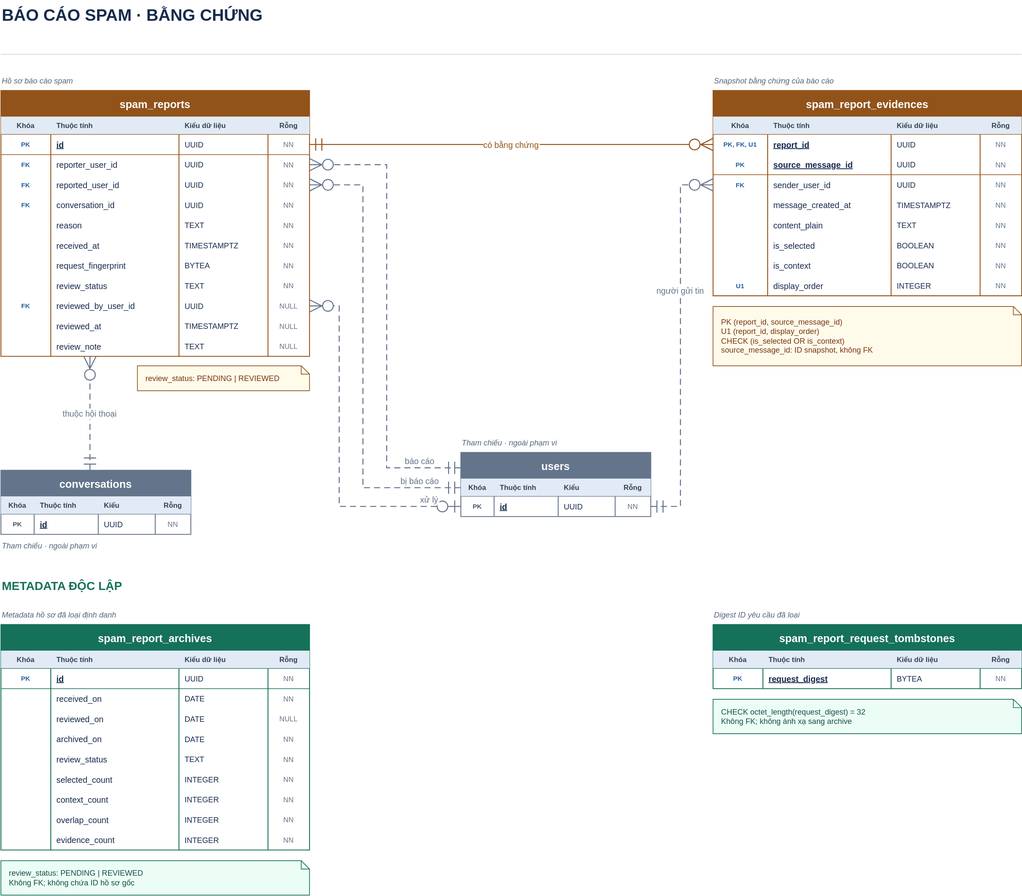
Before: docs/databases/erd/spam.drawio.svg, a diagram exported from draw.io (Ladenyx/ChatSystem). Source tidied: cells renumbered, new cells last; positions are measured from the earlier drawing's top-left corner, leaving out a move shared by most shapes.
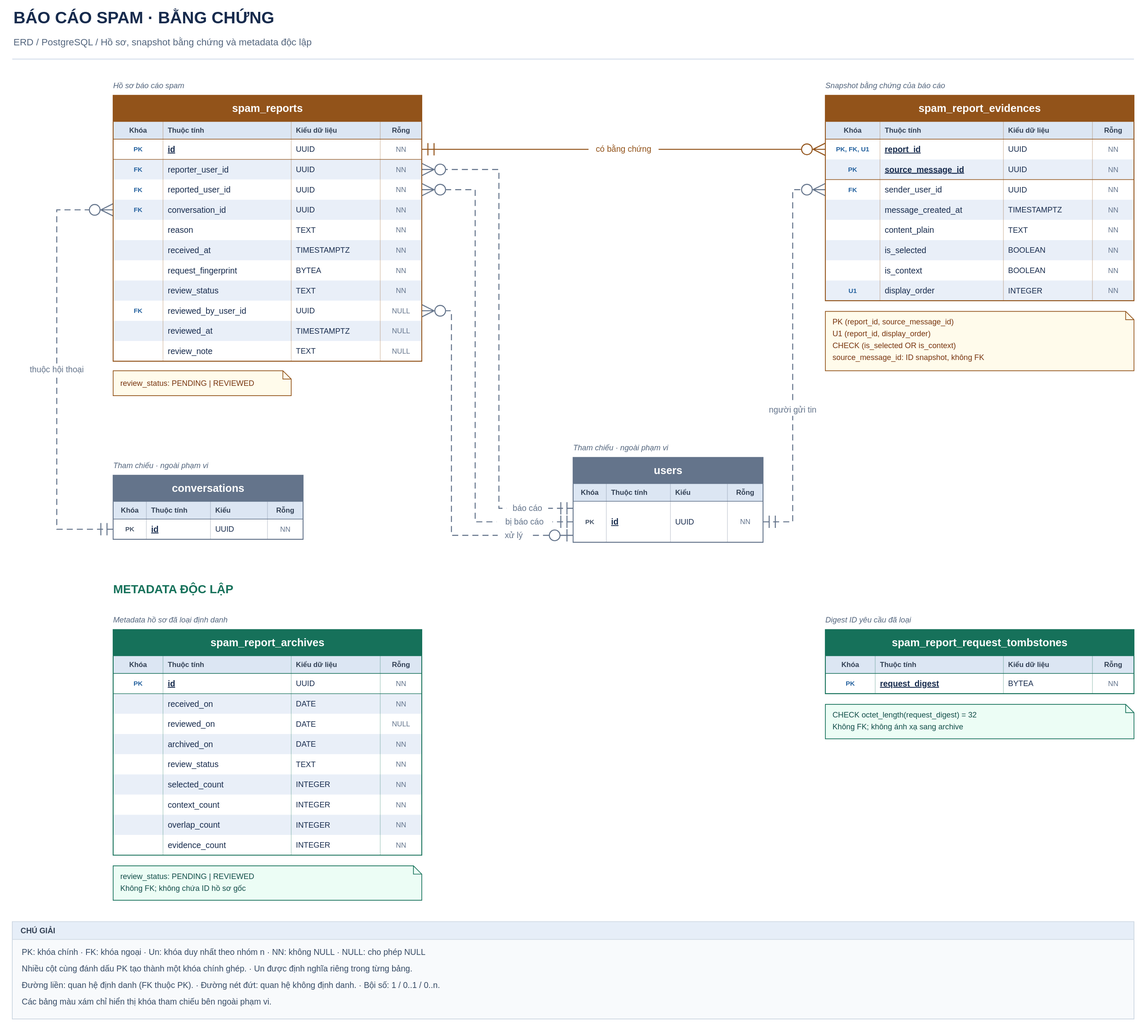
The same file after the commit.

Diff of the diagram source:
```diff
@@ -5,6 +5,9 @@
     <mxCell id="2" value="BÁO CÁO SPAM · BẰNG CHỨNG" style="text;html=0;whiteSpace=nowrap;overflow=visible;strokeColor=none;fillColor=none;align=left;verticalAlign=middle;fontFamily=Helvetica;spacingLeft=0;fontSize=28;fontStyle=1;fontColor=#172B4D;" parent="1" vertex="1">
-      <mxGeometry width="1720" height="44" as="geometry" />
+      <mxGeometry x="-170" width="1890" height="44" as="geometry" />
     </mxCell>
+    <mxCell id="212" value="ERD  /  PostgreSQL  /  Hồ sơ, snapshot bằng chứng và metadata độc lập" style="text;html=0;whiteSpace=nowrap;overflow=visible;strokeColor=none;fillColor=none;align=left;verticalAlign=middle;fontFamily=Helvetica;spacingLeft=0;fontSize=16;fontColor=#53657D;" parent="1" vertex="1">
+      <mxGeometry x="-170" y="48" width="1890" height="28" as="geometry" />
+    </mxCell>
     <mxCell id="3" style="line;strokeWidth=2;html=0;strokeColor=#DCE4EF;fillColor=none;" parent="1" vertex="1">
-      <mxGeometry y="86" width="1720" height="10" as="geometry" />
+      <mxGeometry x="-170" y="86" width="1890" height="10" as="geometry" />
     </mxCell>
@@ -16,6 +19,6 @@
     </mxCell>
-    <mxCell id="6" value="spam_reports" style="shape=table;startSize=44;rowLines=0;fontStyle=1;align=center;fontFamily=Helvetica;fontSize=18;fillColor=#92531A;fontColor=#FFFFFF;strokeColor=#92531A;strokeWidth=1.5;swimlaneLine=1;rounded=0;evenRowColor=#FFFFFF;oddRowColor=#EFF3FA;" parent="1" vertex="1">
+    <mxCell id="6" value="spam_reports" style="shape=table;startSize=44;rowLines=0;fontStyle=1;align=center;fontFamily=Helvetica;fontSize=18;fillColor=#92531A;fontColor=#FFFFFF;strokeColor=#92531A;strokeWidth=1.5;swimlaneLine=1;rounded=0;evenRowColor=#FFFFFF;oddRowColor=#E9EFF8;" parent="1" vertex="1">
       <mxGeometry y="152" width="520" height="448" as="geometry" />
     </mxCell>
-    <mxCell id="7" style="shape=tableRow;horizontal=0;startSize=0;swimlaneHead=0;swimlaneBody=0;top=0;left=0;right=0;bottom=1;fontFamily=Helvetica;fontSize=12;fillColor=#E2EBF5;strokeColor=inherit;" parent="6" vertex="1">
+    <mxCell id="7" style="shape=tableRow;horizontal=0;startSize=0;swimlaneHead=0;swimlaneBody=0;top=0;left=0;right=0;bottom=1;fontFamily=Helvetica;fontSize=12;fillColor=#DCE6F3;strokeColor=inherit;" parent="6" vertex="1">
       <mxGeometry y="44" width="520" height="30" as="geometry" />
@@ -200,3 +203,3 @@
     <mxCell id="67" value="review_status: PENDING | REVIEWED" style="shape=note;size=14;whiteSpace=wrap;html=0;align=left;verticalAlign=middle;spacingLeft=12;spacingRight=16;fontFamily=Helvetica;fontSize=13;fontColor=#78350F;fillColor=#FFFBEB;strokeColor=#92531A;strokeWidth=1.2;" parent="1" vertex="1">
-      <mxGeometry x="230" y="616" width="290" height="42" as="geometry" />
+      <mxGeometry y="616" width="300" height="42" as="geometry" />
     </mxCell>
@@ -205,6 +208,6 @@
     </mxCell>
-    <mxCell id="69" value="spam_report_evidences" style="shape=table;startSize=44;rowLines=0;fontStyle=1;align=center;fontFamily=Helvetica;fontSize=18;fillColor=#92531A;fontColor=#FFFFFF;strokeColor=#92531A;strokeWidth=1.5;swimlaneLine=1;rounded=0;evenRowColor=#FFFFFF;oddRowColor=#EFF3FA;" parent="1" vertex="1">
+    <mxCell id="69" value="spam_report_evidences" style="shape=table;startSize=44;rowLines=0;fontStyle=1;align=center;fontFamily=Helvetica;fontSize=18;fillColor=#92531A;fontColor=#FFFFFF;strokeColor=#92531A;strokeWidth=1.5;swimlaneLine=1;rounded=0;evenRowColor=#FFFFFF;oddRowColor=#E9EFF8;" parent="1" vertex="1">
       <mxGeometry x="1200" y="152" width="520" height="346" as="geometry" />
     </mxCell>
-    <mxCell id="70" style="shape=tableRow;horizontal=0;startSize=0;swimlaneHead=0;swimlaneBody=0;top=0;left=0;right=0;bottom=1;fontFamily=Helvetica;fontSize=12;fillColor=#E2EBF5;strokeColor=inherit;" parent="69" vertex="1">
+    <mxCell id="70" style="shape=tableRow;horizontal=0;startSize=0;swimlaneHead=0;swimlaneBody=0;top=0;left=0;right=0;bottom=1;fontFamily=Helvetica;fontSize=12;fillColor=#DCE6F3;strokeColor=inherit;" parent="69" vertex="1">
       <mxGeometry y="44" width="520" height="30" as="geometry" />
@@ -347,8 +350,8 @@
     <mxCell id="116" value="Tham chiếu · ngoài phạm vi" style="text;html=0;whiteSpace=nowrap;overflow=visible;strokeColor=none;fillColor=none;align=left;verticalAlign=middle;fontFamily=Helvetica;spacingLeft=0;fontSize=13;fontStyle=2;fontColor=#53657D;" parent="1" vertex="1">
-      <mxGeometry y="908" width="320" height="22" as="geometry" />
+      <mxGeometry y="764" width="320" height="22" as="geometry" />
     </mxCell>
-    <mxCell id="117" value="conversations" style="shape=table;startSize=44;rowLines=0;fontStyle=1;align=center;fontFamily=Helvetica;fontSize=18;fillColor=#64748B;fontColor=#FFFFFF;strokeColor=#64748B;strokeWidth=1.5;swimlaneLine=1;rounded=0;evenRowColor=#FFFFFF;oddRowColor=#EFF3FA;" parent="1" vertex="1">
+    <mxCell id="117" value="conversations" style="shape=table;startSize=44;rowLines=0;fontStyle=1;align=center;fontFamily=Helvetica;fontSize=18;fillColor=#64748B;fontColor=#FFFFFF;strokeColor=#64748B;strokeWidth=1.5;swimlaneLine=1;rounded=0;evenRowColor=#FFFFFF;oddRowColor=#E9EFF8;" parent="1" vertex="1">
       <mxGeometry y="792" width="320" height="108" as="geometry" />
     </mxCell>
-    <mxCell id="118" style="shape=tableRow;horizontal=0;startSize=0;swimlaneHead=0;swimlaneBody=0;top=0;left=0;right=0;bottom=1;fontFamily=Helvetica;fontSize=12;fillColor=#E2EBF5;strokeColor=inherit;" parent="117" vertex="1">
+    <mxCell id="118" style="shape=tableRow;horizontal=0;startSize=0;swimlaneHead=0;swimlaneBody=0;top=0;left=0;right=0;bottom=1;fontFamily=Helvetica;fontSize=12;fillColor=#DCE6F3;strokeColor=inherit;" parent="117" vertex="1">
       <mxGeometry y="44" width="320" height="30" as="geometry" />
@@ -385,6 +388,6 @@
     </mxCell>
-    <mxCell id="129" value="users" style="shape=table;startSize=44;rowLines=0;fontStyle=1;align=center;fontFamily=Helvetica;fontSize=18;fillColor=#64748B;fontColor=#FFFFFF;strokeColor=#64748B;strokeWidth=1.5;swimlaneLine=1;rounded=0;evenRowColor=#FFFFFF;oddRowColor=#EFF3FA;" parent="1" vertex="1">
-      <mxGeometry x="775" y="762" width="320" height="108" as="geometry" />
+    <mxCell id="129" value="users" style="shape=table;startSize=44;rowLines=0;fontStyle=1;align=center;fontFamily=Helvetica;fontSize=18;fillColor=#64748B;fontColor=#FFFFFF;strokeColor=#64748B;strokeWidth=1.5;swimlaneLine=1;rounded=0;evenRowColor=#FFFFFF;oddRowColor=#E9EFF8;" parent="1" vertex="1">
+      <mxGeometry x="775" y="762" width="320" height="143" as="geometry" />
     </mxCell>
-    <mxCell id="130" style="shape=tableRow;horizontal=0;startSize=0;swimlaneHead=0;swimlaneBody=0;top=0;left=0;right=0;bottom=1;fontFamily=Helvetica;fontSize=12;fillColor=#E2EBF5;strokeColor=inherit;" parent="129" vertex="1">
+    <mxCell id="130" style="shape=tableRow;horizontal=0;startSize=0;swimlaneHead=0;swimlaneBody=0;top=0;left=0;right=0;bottom=1;fontFamily=Helvetica;fontSize=12;fillColor=#DCE6F3;strokeColor=inherit;" parent="129" vertex="1">
       <mxGeometry y="44" width="320" height="30" as="geometry" />
@@ -403,16 +406,16 @@
     </mxCell>
-    <mxCell id="135" style="shape=tableRow;horizontal=0;startSize=0;swimlaneHead=0;swimlaneBody=0;points=[[0,0.5],[1,0.5]];portConstraint=eastwest;top=0;left=0;right=0;bottom=0;fontFamily=Helvetica;fontSize=13;fillColor=none;strokeColor=inherit;" parent="129" vertex="1">
-      <mxGeometry y="74" width="320" height="34" as="geometry" />
+    <mxCell id="135" style="shape=tableRow;horizontal=0;startSize=0;swimlaneHead=0;swimlaneBody=0;points=[[0,0.17],[0,0.5],[0,0.83],[1,0.5]];portConstraint=eastwest;top=0;left=0;right=0;bottom=0;fontFamily=Helvetica;fontSize=13;fillColor=none;strokeColor=inherit;" parent="129" vertex="1">
+      <mxGeometry y="74" width="320" height="69" as="geometry" />
     </mxCell>
     <mxCell id="136" value="PK" style="shape=partialRectangle;top=0;left=0;bottom=0;right=0;overflow=hidden;align=center;fontStyle=1;fontFamily=Helvetica;fontSize=11;fontColor=#475569;fillColor=none;strokeColor=inherit;" parent="135" vertex="1">
-      <mxGeometry width="56" height="34" as="geometry" />
+      <mxGeometry width="56" height="69" as="geometry" />
     </mxCell>
     <mxCell id="137" value="id" style="shape=partialRectangle;top=0;left=0;bottom=0;right=0;overflow=hidden;align=left;spacingLeft=8;fontStyle=5;fontFamily=Helvetica;fontSize=14;fontColor=#172B4D;fillColor=none;strokeColor=inherit;" parent="135" vertex="1">
-      <mxGeometry x="56" width="108" height="34" as="geometry" />
+      <mxGeometry x="56" width="108" height="69" as="geometry" />
     </mxCell>
     <mxCell id="138" value="UUID" style="shape=partialRectangle;top=0;left=0;bottom=0;right=0;overflow=hidden;align=left;spacingLeft=8;fontFamily=Helvetica;fontSize=13;fontColor=#172B4D;fillColor=none;strokeColor=inherit;" parent="135" vertex="1">
-      <mxGeometry x="164" width="96" height="34" as="geometry" />
+      <mxGeometry x="164" width="96" height="69" as="geometry" />
     </mxCell>
     <mxCell id="139" value="NN" style="shape=partialRectangle;top=0;left=0;bottom=0;right=0;overflow=hidden;align=center;fontFamily=Helvetica;fontSize=12;fontColor=#63748C;fillColor=none;strokeColor=inherit;" parent="135" vertex="1">
-      <mxGeometry x="260" width="60" height="34" as="geometry" />
+      <mxGeometry x="260" width="60" height="69" as="geometry" />
     </mxCell>
@@ -421,6 +424,6 @@
     </mxCell>
-    <mxCell id="141" value="spam_report_archives" style="shape=table;startSize=44;rowLines=0;fontStyle=1;align=center;fontFamily=Helvetica;fontSize=18;fillColor=#16715A;fontColor=#FFFFFF;strokeColor=#16715A;strokeWidth=1.5;swimlaneLine=1;rounded=0;evenRowColor=#FFFFFF;oddRowColor=#EFF3FA;" parent="1" vertex="1">
+    <mxCell id="141" value="spam_report_archives" style="shape=table;startSize=44;rowLines=0;fontStyle=1;align=center;fontFamily=Helvetica;fontSize=18;fillColor=#16715A;fontColor=#FFFFFF;strokeColor=#16715A;strokeWidth=1.5;swimlaneLine=1;rounded=0;evenRowColor=#FFFFFF;oddRowColor=#E9EFF8;" parent="1" vertex="1">
       <mxGeometry y="1052" width="520" height="380" as="geometry" />
     </mxCell>
-    <mxCell id="142" style="shape=tableRow;horizontal=0;startSize=0;swimlaneHead=0;swimlaneBody=0;top=0;left=0;right=0;bottom=1;fontFamily=Helvetica;fontSize=12;fillColor=#E2EBF5;strokeColor=inherit;" parent="141" vertex="1">
+    <mxCell id="142" style="shape=tableRow;horizontal=0;startSize=0;swimlaneHead=0;swimlaneBody=0;top=0;left=0;right=0;bottom=1;fontFamily=Helvetica;fontSize=12;fillColor=#DCE6F3;strokeColor=inherit;" parent="141" vertex="1">
       <mxGeometry y="44" width="520" height="30" as="geometry" />
@@ -580,6 +583,6 @@
     </mxCell>
-    <mxCell id="194" value="spam_report_request_tombstones" style="shape=table;startSize=44;rowLines=0;fontStyle=1;align=center;fontFamily=Helvetica;fontSize=18;fillColor=#16715A;fontColor=#FFFFFF;strokeColor=#16715A;strokeWidth=1.5;swimlaneLine=1;rounded=0;evenRowColor=#FFFFFF;oddRowColor=#EFF3FA;" parent="1" vertex="1">
+    <mxCell id="194" value="spam_report_request_tombstones" style="shape=table;startSize=44;rowLines=0;fontStyle=1;align=center;fontFamily=Helvetica;fontSize=18;fillColor=#16715A;fontColor=#FFFFFF;strokeColor=#16715A;strokeWidth=1.5;swimlaneLine=1;rounded=0;evenRowColor=#FFFFFF;oddRowColor=#E9EFF8;" parent="1" vertex="1">
       <mxGeometry x="1200" y="1052" width="520" height="108" as="geometry" />
     </mxCell>
-    <mxCell id="195" style="shape=tableRow;horizontal=0;startSize=0;swimlaneHead=0;swimlaneBody=0;top=0;left=0;right=0;bottom=1;fontFamily=Helvetica;fontSize=12;fillColor=#E2EBF5;strokeColor=inherit;" parent="194" vertex="1">
+    <mxCell id="195" style="shape=tableRow;horizontal=0;startSize=0;swimlaneHead=0;swimlaneBody=0;top=0;left=0;right=0;bottom=1;fontFamily=Helvetica;fontSize=12;fillColor=#DCE6F3;strokeColor=inherit;" parent="194" vertex="1">
       <mxGeometry y="44" width="520" height="30" as="geometry" />
@@ -616,2 +619,17 @@
     </mxCell>
+    <mxCell id="213" value="CHÚ GIẢI" style="swimlane;startSize=30;horizontal=1;rounded=0;fillColor=#E6EEF8;swimlaneFillColor=#F8FAFC;strokeColor=#CBD5E1;strokeWidth=1.2;fontFamily=Helvetica;fontSize=13;fontStyle=1;fontColor=#334155;align=left;spacingLeft=14;" parent="1" vertex="1">
+      <mxGeometry x="-170" y="1544" width="1890" height="164" as="geometry" />
+    </mxCell>
+    <mxCell id="214" value="PK: khóa chính  ·  FK: khóa ngoại  ·  Un: khóa duy nhất theo nhóm n  ·  NN: không NULL  ·  NULL: cho phép NULL" style="text;html=0;whiteSpace=nowrap;overflow=visible;strokeColor=none;fillColor=none;align=left;verticalAlign=middle;fontFamily=Helvetica;spacingLeft=0;fontSize=14;fontColor=#364B65;" parent="213" vertex="1">
+      <mxGeometry x="16" y="38" width="1858" height="26" as="geometry" />
+    </mxCell>
+    <mxCell id="215" value="Nhiều cột cùng đánh dấu PK tạo thành một khóa chính ghép.  ·  Un được định nghĩa riêng trong từng bảng." style="text;html=0;whiteSpace=nowrap;overflow=visible;strokeColor=none;fillColor=none;align=left;verticalAlign=middle;fontFamily=Helvetica;spacingLeft=0;fontSize=14;fontColor=#364B65;" parent="213" vertex="1">
+      <mxGeometry x="16" y="66" width="1858" height="26" as="geometry" />
+    </mxCell>
+    <mxCell id="216" value="Đường liền: quan hệ định danh (FK thuộc PK).  ·  Đường nét đứt: quan hệ không định danh.  ·  Bội số: 1 / 0..1 / 0..n." style="text;html=0;whiteSpace=nowrap;overflow=visible;strokeColor=none;fillColor=none;align=left;verticalAlign=middle;fontFamily=Helvetica;spacingLeft=0;fontSize=14;fontColor=#364B65;" parent="213" vertex="1">
+      <mxGeometry x="16" y="94" width="1858" height="26" as="geometry" />
+    </mxCell>
+    <mxCell id="217" value="Các bảng màu xám chỉ hiển thị khóa tham chiếu bên ngoài phạm vi." style="text;html=0;whiteSpace=nowrap;overflow=visible;strokeColor=none;fillColor=none;align=left;verticalAlign=middle;fontFamily=Helvetica;spacingLeft=0;fontSize=14;fontColor=#364B65;" parent="213" vertex="1">
+      <mxGeometry x="16" y="122" width="1858" height="26" as="geometry" />
+    </mxCell>
     <mxCell id="206" value="có bằng chứng" style="edgeStyle=orthogonalEdgeStyle;rounded=0;jettySize=auto;html=0;strokeColor=#92531A;strokeWidth=1.7;startArrow=ERmandOne;startFill=0;endArrow=ERzeroToMany;endFill=0;startSize=18;endSize=18;fontFamily=Helvetica;fontSize=14;fontColor=#92531A;labelBackgroundColor=#FFFFFF;exitX=1;exitY=0.5;exitDx=0;exitDy=0;entryX=0;entryY=0.5;entryDx=0;entryDy=0;" parent="1" edge="1" source="12" target="75">
@@ -619,6 +637,6 @@
     </mxCell>
-    <mxCell id="207" value="báo cáo" style="edgeStyle=orthogonalEdgeStyle;rounded=0;jettySize=auto;html=0;strokeColor=#64748B;strokeWidth=1.7;startArrow=ERmandOne;startFill=0;endArrow=ERzeroToMany;endFill=0;startSize=18;endSize=18;fontFamily=Helvetica;fontSize=14;fontColor=#64748B;labelBackgroundColor=#FFFFFF;exitX=0;exitY=0.24;exitDx=0;exitDy=0;entryX=1;entryY=0.5;entryDx=0;entryDy=0;dashed=1;dashPattern=6 4;" parent="1" edge="1" source="129" target="17">
+    <mxCell id="207" value="báo cáo" style="edgeStyle=orthogonalEdgeStyle;rounded=0;jettySize=auto;html=0;strokeColor=#64748B;strokeWidth=1.7;startArrow=ERmandOne;startFill=0;endArrow=ERzeroToMany;endFill=0;startSize=18;endSize=18;fontFamily=Helvetica;fontSize=14;fontColor=#64748B;labelBackgroundColor=#FFFFFF;exitX=0;exitY=0.17;exitDx=0;exitDy=0;entryX=1;entryY=0.5;entryDx=0;entryDy=0;dashed=1;dashPattern=6 4;" parent="1" edge="1" source="135" target="17">
       <mxGeometry x="-0.82" relative="1" as="geometry">
         <Array as="points">
-          <mxPoint x="650" y="788" />
+          <mxPoint x="650" y="847.7" />
           <mxPoint x="650" y="277" />
@@ -628,6 +646,6 @@
     </mxCell>
-    <mxCell id="208" value="bị báo cáo" style="edgeStyle=orthogonalEdgeStyle;rounded=0;jettySize=auto;html=0;strokeColor=#64748B;strokeWidth=1.7;startArrow=ERmandOne;startFill=0;endArrow=ERzeroToMany;endFill=0;startSize=18;endSize=18;fontFamily=Helvetica;fontSize=14;fontColor=#64748B;labelBackgroundColor=#FFFFFF;exitX=0;exitY=0.55;exitDx=0;exitDy=0;entryX=1;entryY=0.5;entryDx=0;entryDy=0;dashed=1;dashPattern=6 4;" parent="1" edge="1" source="129" target="22">
+    <mxCell id="208" value="bị báo cáo" style="edgeStyle=orthogonalEdgeStyle;rounded=0;jettySize=auto;html=0;strokeColor=#64748B;strokeWidth=1.7;startArrow=ERmandOne;startFill=0;endArrow=ERzeroToMany;endFill=0;startSize=18;endSize=18;fontFamily=Helvetica;fontSize=14;fontColor=#64748B;labelBackgroundColor=#FFFFFF;exitX=0;exitY=0.5;exitDx=0;exitDy=0;entryX=1;entryY=0.5;entryDx=0;entryDy=0;dashed=1;dashPattern=6 4;" parent="1" edge="1" source="135" target="22">
       <mxGeometry x="-0.82" relative="1" as="geometry">
         <Array as="points">
-          <mxPoint x="610" y="821" />
+          <mxPoint x="610" y="870.5" />
           <mxPoint x="610" y="311" />
@@ -637,6 +655,6 @@
     </mxCell>
-    <mxCell id="209" value="xử lý" style="edgeStyle=orthogonalEdgeStyle;rounded=0;jettySize=auto;html=0;strokeColor=#64748B;strokeWidth=1.7;startArrow=ERzeroToOne;startFill=0;endArrow=ERzeroToMany;endFill=0;startSize=18;endSize=18;fontFamily=Helvetica;fontSize=14;fontColor=#64748B;labelBackgroundColor=#FFFFFF;exitX=0;exitY=0.5;exitDx=0;exitDy=0;entryX=1;entryY=0.5;entryDx=0;entryDy=0;dashed=1;dashPattern=6 4;" parent="1" edge="1" source="135" target="52">
-      <mxGeometry x="-0.82" relative="1" as="geometry">
+    <mxCell id="209" value="xử lý" style="edgeStyle=orthogonalEdgeStyle;rounded=0;jettySize=auto;html=0;strokeColor=#64748B;strokeWidth=1.7;startArrow=ERzeroToOne;startFill=0;endArrow=ERzeroToMany;endFill=0;startSize=18;endSize=18;fontFamily=Helvetica;fontSize=14;fontColor=#64748B;labelBackgroundColor=#FFFFFF;exitX=0;exitY=0.83;exitDx=0;exitDy=0;entryX=1;entryY=0.5;entryDx=0;entryDy=0;dashed=1;dashPattern=6 4;" parent="1" edge="1" source="135" target="52">
+      <mxGeometry x="-0.8" relative="1" as="geometry">
         <Array as="points">
-          <mxPoint x="570" y="853" />
+          <mxPoint x="570" y="893.3" />
           <mxPoint x="570" y="515" />
@@ -647,5 +665,5 @@
     <mxCell id="210" value="người gửi tin" style="edgeStyle=orthogonalEdgeStyle;rounded=0;jettySize=auto;html=0;strokeColor=#64748B;strokeWidth=1.7;startArrow=ERmandOne;startFill=0;endArrow=ERzeroToMany;endFill=0;startSize=18;endSize=18;fontFamily=Helvetica;fontSize=14;fontColor=#64748B;labelBackgroundColor=#FFFFFF;exitX=1;exitY=0.5;exitDx=0;exitDy=0;entryX=0;entryY=0.5;entryDx=0;entryDy=0;dashed=1;dashPattern=6 4;" parent="1" edge="1" source="135" target="85">
-      <mxGeometry x="0.28" relative="1" as="geometry">
+      <mxGeometry x="-0.45" relative="1" as="geometry">
         <Array as="points">
-          <mxPoint x="1145" y="853" />
+          <mxPoint x="1145" y="870.5" />
           <mxPoint x="1145" y="311" />
@@ -654,4 +672,9 @@
     </mxCell>
-    <mxCell id="211" value="thuộc hội thoại" style="edgeStyle=orthogonalEdgeStyle;rounded=0;jettySize=auto;html=0;strokeColor=#64748B;strokeWidth=1.7;startArrow=ERmandOne;startFill=0;endArrow=ERzeroToMany;endFill=0;startSize=18;endSize=18;fontFamily=Helvetica;fontSize=14;fontColor=#64748B;labelBackgroundColor=#FFFFFF;exitX=0.46875;exitY=0;exitDx=0;exitDy=0;entryX=0.28846;entryY=1;entryDx=0;entryDy=0;dashed=1;dashPattern=6 4;" parent="1" edge="1" source="117" target="6">
-      <mxGeometry relative="1" as="geometry" />
+    <mxCell id="211" value="thuộc hội thoại" style="edgeStyle=orthogonalEdgeStyle;rounded=0;jettySize=auto;html=0;strokeColor=#64748B;strokeWidth=1.7;startArrow=ERmandOne;startFill=0;endArrow=ERzeroToMany;endFill=0;startSize=18;endSize=18;fontFamily=Helvetica;fontSize=14;fontColor=#64748B;labelBackgroundColor=#FFFFFF;exitX=0;exitY=0.5;exitDx=0;exitDy=0;entryX=0;entryY=0.5;entryDx=0;entryDy=0;dashed=1;dashPattern=6 4;" parent="1" edge="1" source="123" target="27">
+      <mxGeometry relative="1" as="geometry">
+        <Array as="points">
+          <mxPoint x="-95" y="883" />
+          <mxPoint x="-95" y="345" />
+        </Array>
+      </mxGeometry>
     </mxCell>
```
